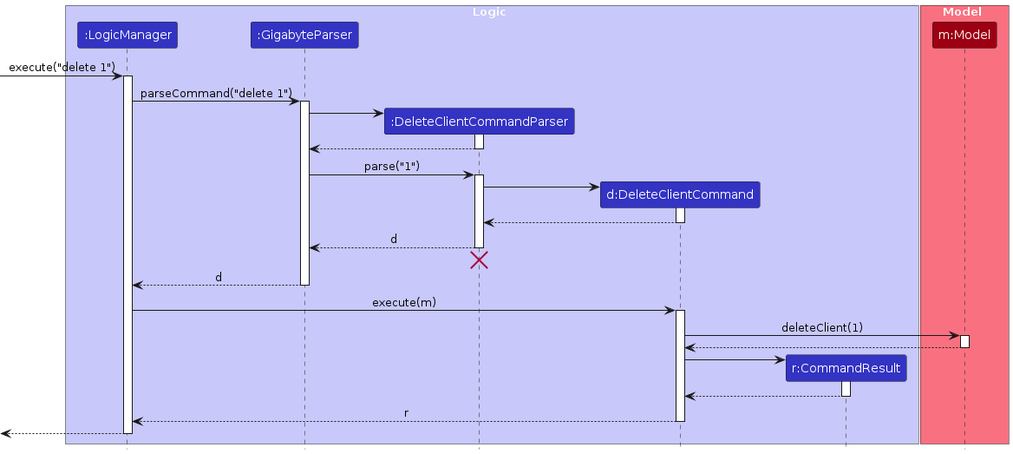
Before: diagrams/DeleteSequenceDiagram.png, a diagram exported from PlantUML (AY2627S1-CS2103T-W14-4/tp). Its source is kept beside it as diagrams/DeleteSequenceDiagram.puml. Its diagram source:
```plantuml
@startuml
!include style.puml
skinparam ArrowFontStyle plain

box Logic LOGIC_COLOR_T1
participant ":LogicManager" as LogicManager LOGIC_COLOR
participant ":GigabyteParser" as GigabyteParser LOGIC_COLOR
participant ":DeleteClientCommandParser" as DeleteClientCommandParser LOGIC_COLOR
participant "d:DeleteClientCommand" as DeleteClientCommand LOGIC_COLOR
participant "r:CommandResult" as CommandResult LOGIC_COLOR
end box

box Model MODEL_COLOR_T1
participant "m:Model" as Model MODEL_COLOR
end box

[-> LogicManager : execute("delete 1")
activate LogicManager

LogicManager -> GigabyteParser : parseCommand("delete 1")
activate GigabyteParser

create DeleteClientCommandParser
GigabyteParser -> DeleteClientCommandParser
activate DeleteClientCommandParser

DeleteClientCommandParser --> GigabyteParser
deactivate DeleteClientCommandParser

GigabyteParser -> DeleteClientCommandParser : parse("1")
activate DeleteClientCommandParser

create DeleteClientCommand
DeleteClientCommandParser -> DeleteClientCommand
activate DeleteClientCommand

DeleteClientCommand --> DeleteClientCommandParser :
deactivate DeleteClientCommand

DeleteClientCommandParser --> GigabyteParser : d
deactivate DeleteClientCommandParser
DeleteClientCommandParser -[hidden]-> GigabyteParser
destroy DeleteClientCommandParser

GigabyteParser --> LogicManager : d
deactivate GigabyteParser

LogicManager -> DeleteClientCommand : execute(m)
activate DeleteClientCommand

DeleteClientCommand -> Model : deleteClient(1)
activate Model

Model --> DeleteClientCommand
deactivate Model

create CommandResult
DeleteClientCommand -> CommandResult
activate CommandResult

CommandResult --> DeleteClientCommand
deactivate CommandResult

DeleteClientCommand --> LogicManager : r
deactivate DeleteClientCommand

[<--LogicManager
deactivate LogicManager
@enduml
```
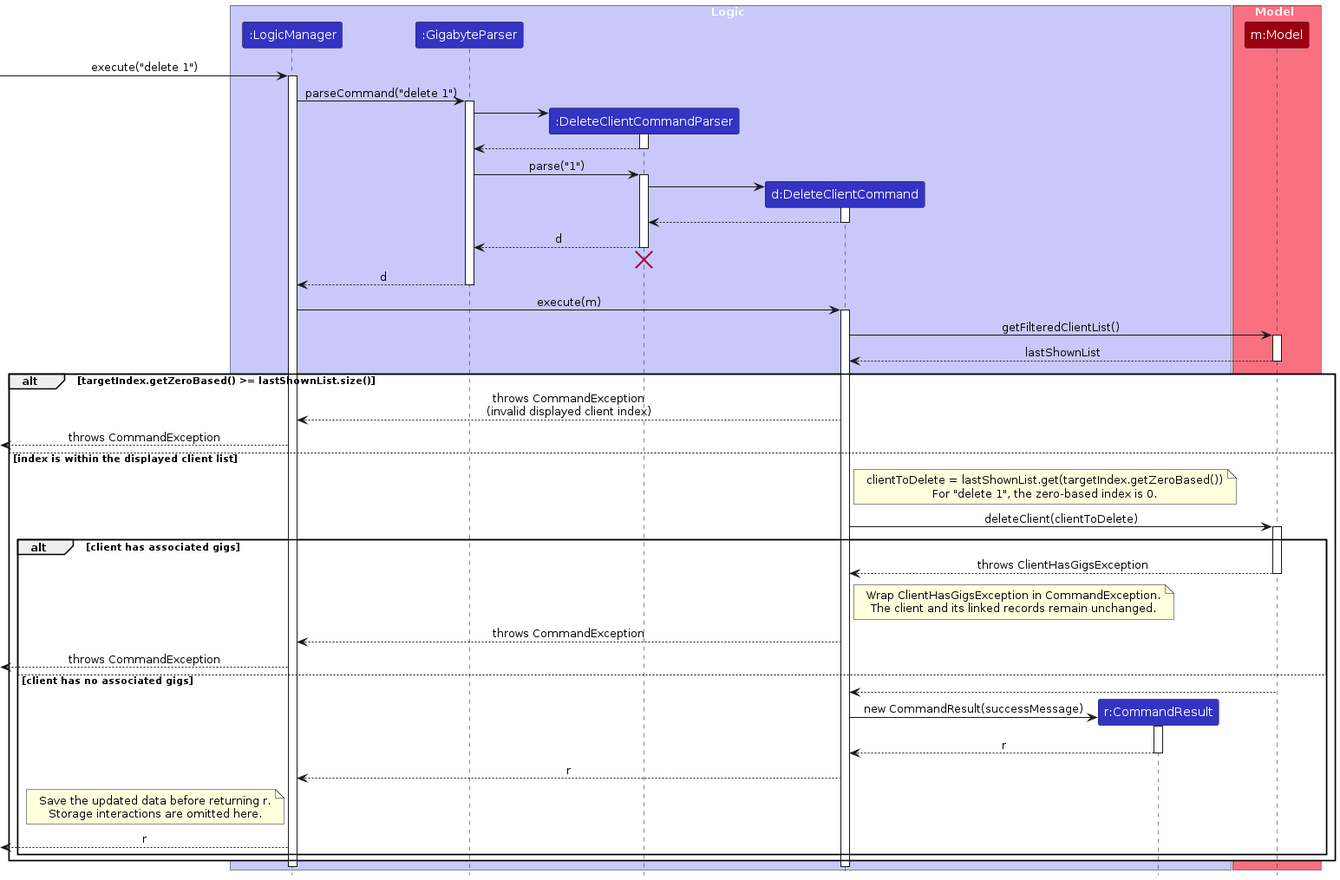
After the change.

Change to the diagram source:
```diff
@@ -48,22 +48,53 @@
 LogicManager -> DeleteClientCommand : execute(m)
 activate DeleteClientCommand
 
-DeleteClientCommand -> Model : deleteClient(1)
+DeleteClientCommand -> Model : getFilteredClientList()
 activate Model
 
-Model --> DeleteClientCommand
+Model --> DeleteClientCommand : lastShownList
 deactivate Model
 
-create CommandResult
-DeleteClientCommand -> CommandResult
-activate CommandResult
+alt targetIndex.getZeroBased() >= lastShownList.size()
+    DeleteClientCommand --> LogicManager : throws CommandException\n(invalid displayed client index)
+    [<-- LogicManager : throws CommandException
+else index is within the displayed client list
+    note right of DeleteClientCommand
+        clientToDelete = lastShownList.get(targetIndex.getZeroBased())
+        For "delete 1", the zero-based index is 0.
+    end note
 
-CommandResult --> DeleteClientCommand
-deactivate CommandResult
+    DeleteClientCommand -> Model : deleteClient(clientToDelete)
+    activate Model
 
-DeleteClientCommand --> LogicManager : r
+    alt client has associated gigs
+        Model --> DeleteClientCommand : throws ClientHasGigsException
+        deactivate Model
+        note right of DeleteClientCommand
+            Wrap ClientHasGigsException in CommandException.
+            The client and its linked records remain unchanged.
+        end note
+        DeleteClientCommand --> LogicManager : throws CommandException
+        [<-- LogicManager : throws CommandException
+    else client has no associated gigs
+        Model --> DeleteClientCommand
+        deactivate Model
+
+        create CommandResult
+        DeleteClientCommand -> CommandResult : new CommandResult(successMessage)
+        activate CommandResult
+
+        CommandResult --> DeleteClientCommand : r
+        deactivate CommandResult
+
+        DeleteClientCommand --> LogicManager : r
+        note left of LogicManager
+            Save the updated data before returning r.
+            Storage interactions are omitted here.
+        end note
+        [<-- LogicManager : r
+    end
+end
+
 deactivate DeleteClientCommand
-
-[<--LogicManager
 deactivate LogicManager
 @enduml
```
